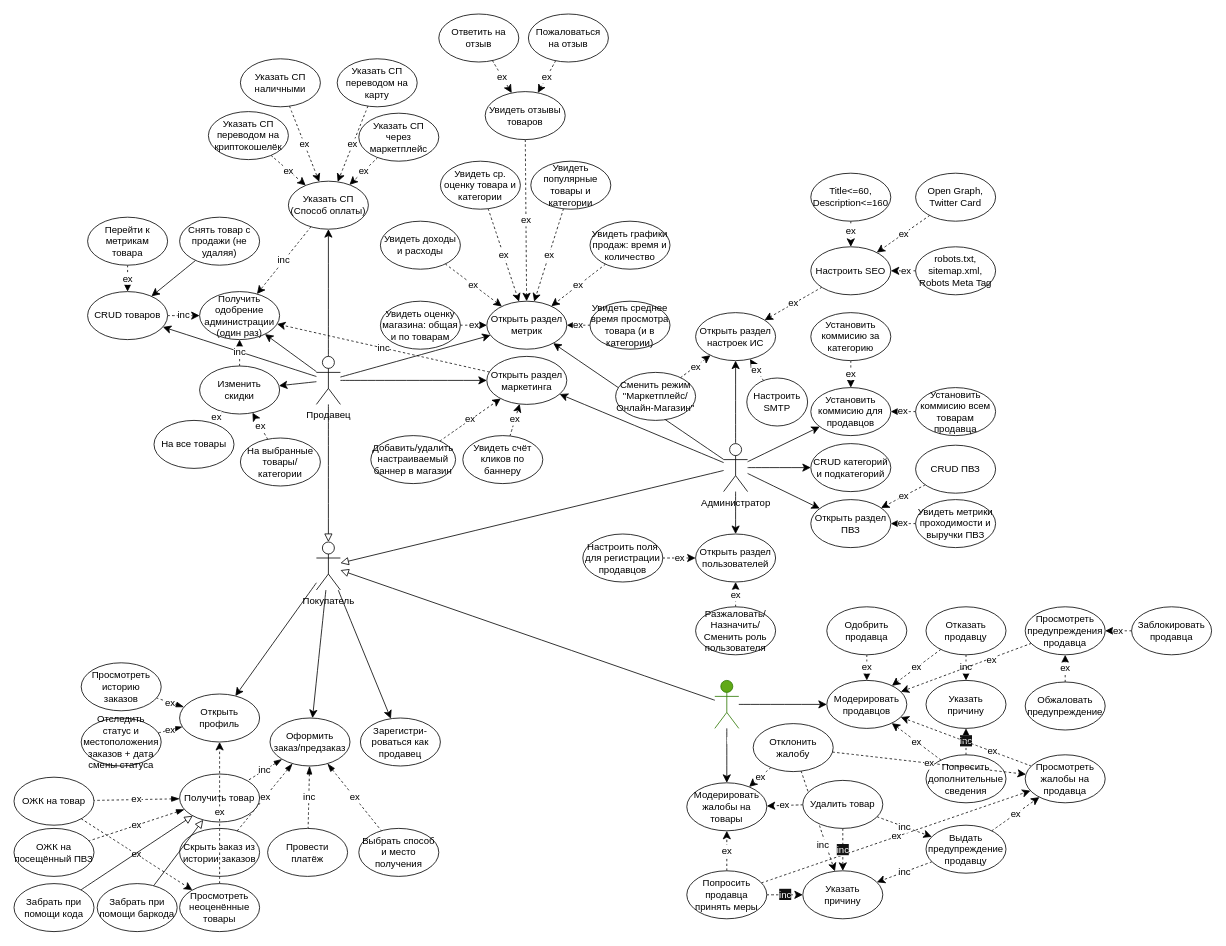
Before: page "Копия useCases" (7 of 7) of docs/TEWA - 1 step.drawio in d0lmany/TEWA, a draw.io diagram. Source tidied: cells renumbered, new cells numbered last; positions are measured from the earlier drawing's top-left corner, leaving out a move shared by most shapes. Both pictures are drawn from the tidied source at 80%, with x=0, y=0 at pixel (14, 14).
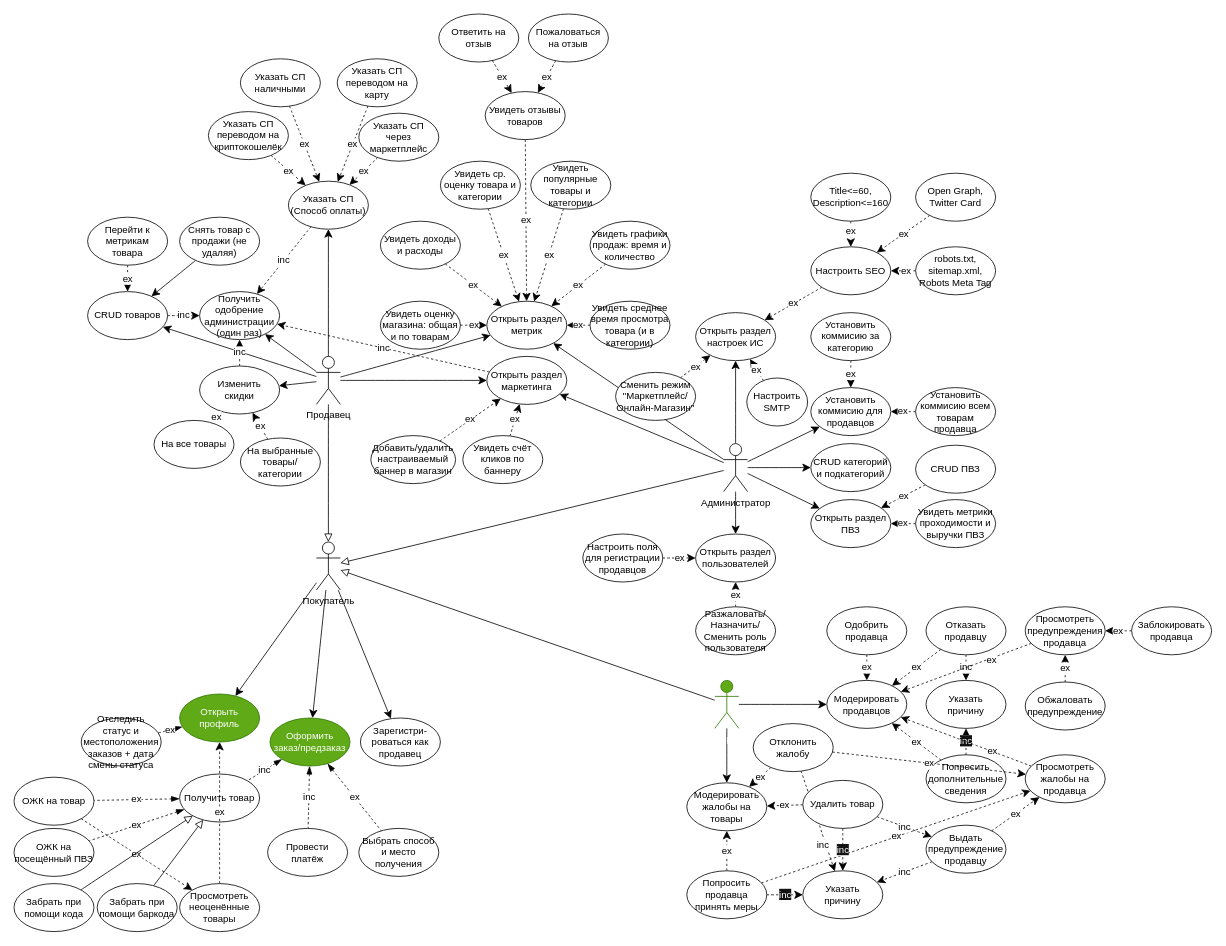
After the change.

The edit, as a diff of the source:
```diff
@@
-    <mxCell id="30" value="ex" style="edgeStyle=none;curved=1;rounded=0;jettySize=auto;html=1;fontSize=12;startSize=8;endSize=8;dashed=1;startArrow=blockThin;startFill=1;endArrow=none;endFill=0;" parent="1" edge="1" source="32" target="35">
-      <mxGeometry relative="1" as="geometry" />
-    </mxCell>
@@
-    <mxCell id="32" value="Оформить&lt;div&gt;заказ/предзаказ&lt;/div&gt;" style="ellipse;whiteSpace=wrap;html=1;" parent="1" vertex="1">
+    <mxCell id="32" value="Оформить&lt;div&gt;заказ/предзаказ&lt;/div&gt;" style="ellipse;whiteSpace=wrap;html=1;fillColor=#60a917;fontColor=#ffffff;strokeColor=#2D7600;" parent="1" vertex="1">
       <mxGeometry x="320" y="880" width="100" height="60" as="geometry" />
     </mxCell>
@@
-    <mxCell id="35" value="Скрыть заказ из истории заказов" style="ellipse;whiteSpace=wrap;html=1;" parent="1" vertex="1">
-      <mxGeometry x="207" y="1018" width="100" height="60" as="geometry" />
-    </mxCell>
@@
-    <mxCell id="42" value="ех" style="edgeStyle=none;curved=1;rounded=0;jettySize=auto;html=1;fontSize=12;startSize=8;endSize=8;dashed=1;startArrow=blockThin;startFill=1;endArrow=none;endFill=0;" parent="1" edge="1" source="43" target="44">
-      <mxGeometry relative="1" as="geometry" />
-    </mxCell>
-    <mxCell id="43" value="Открыть профиль" style="ellipse;whiteSpace=wrap;html=1;" parent="1" vertex="1">
+    <mxCell id="43" value="Открыть профиль" style="ellipse;whiteSpace=wrap;html=1;fillColor=#60a917;fontColor=#ffffff;strokeColor=#2D7600;" parent="1" vertex="1">
       <mxGeometry x="207" y="850" width="100" height="60" as="geometry" />
     </mxCell>
-    <mxCell id="44" value="Просмотреть историю&lt;div&gt;заказов&lt;/div&gt;" style="ellipse;whiteSpace=wrap;html=1;" parent="1" vertex="1">
-      <mxGeometry x="84" y="811" width="100" height="60" as="geometry" />
-    </mxCell>
```
